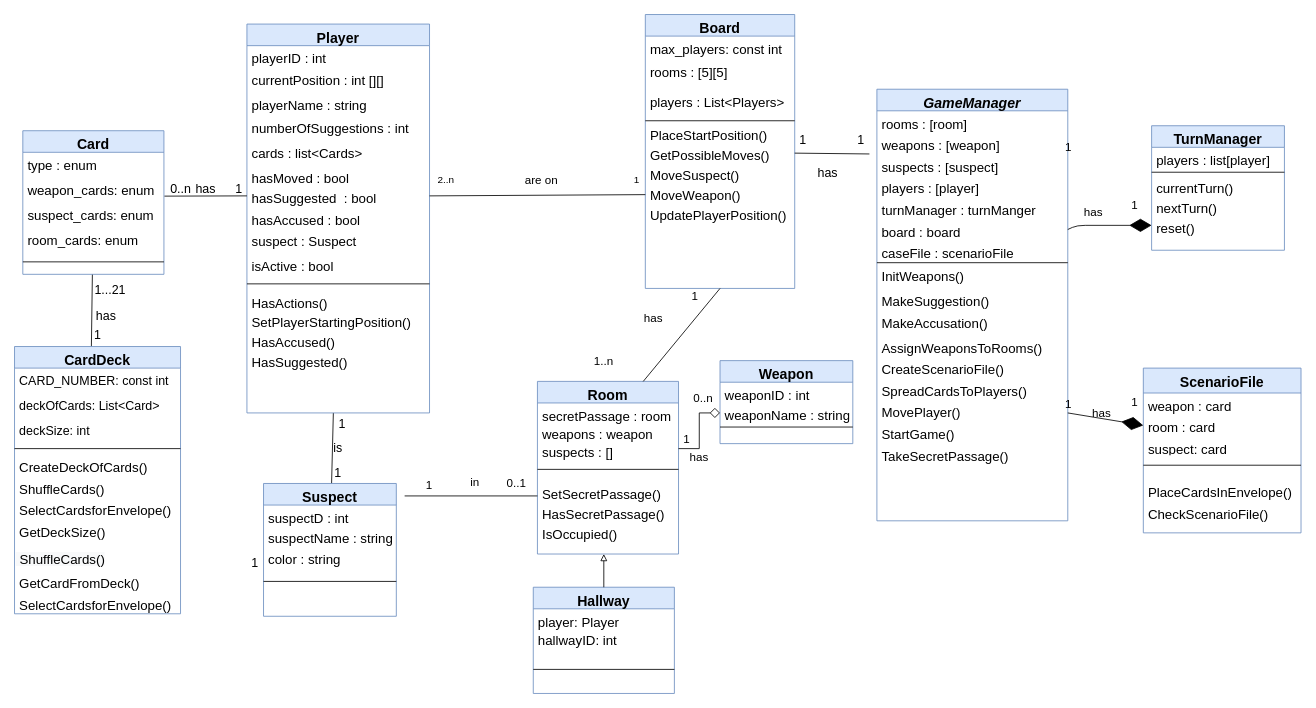
Above: uml-diagram.drawio in Acelhaka/Clueless-game (draw.io), before the change. Source tidied: cells renumbered, new cells numbered last; positions are measured from the earlier drawing's top-left corner, leaving out a move shared by most shapes. Both pictures are drawn from the tidied source at 83%, with x=0, y=0 at pixel (14, 14).
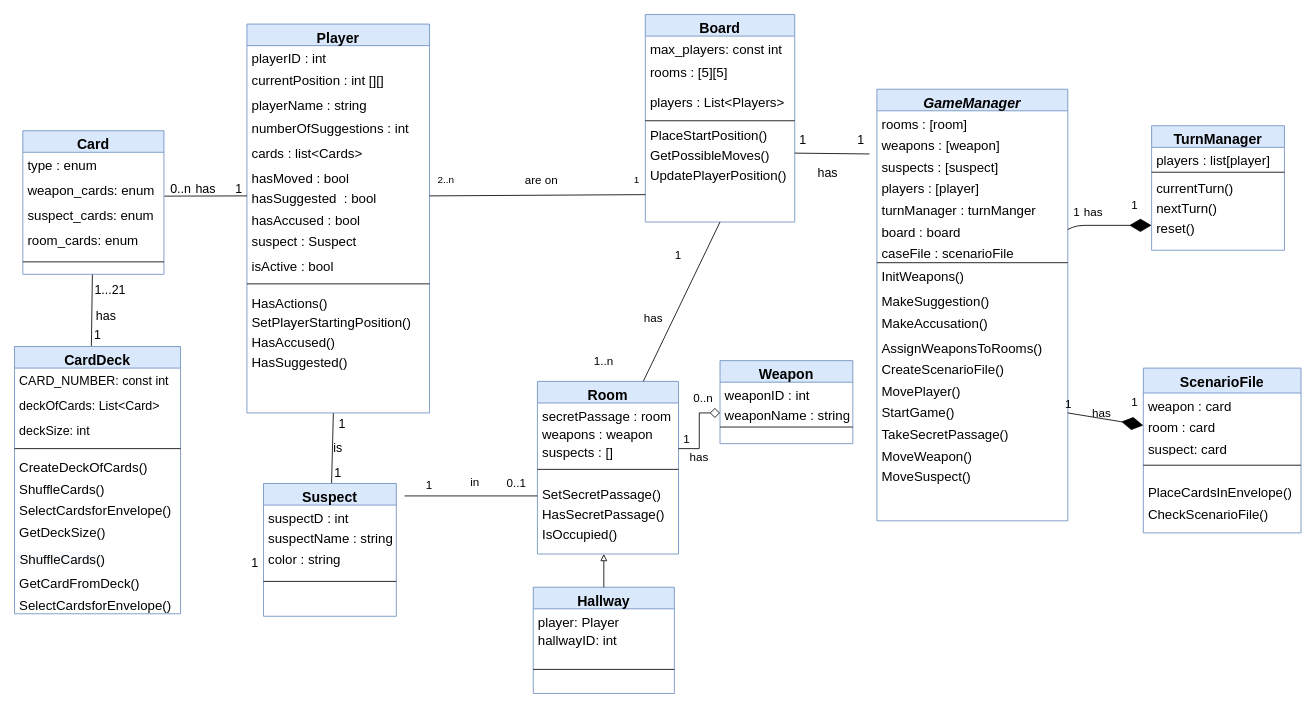
Above is the later version.

Unchanged cells that the change refers to:
```xml
<mxCell id="2" value="GameManager" style="swimlane;fontStyle=3;align=center;verticalAlign=top;horizontal=1;startSize=26;rounded=0;shadow=0;strokeWidth=1;fillColor=#dae8fc;strokeColor=#6c8ebf;fontSize=17;" parent="1" vertex="1">
  <mxGeometry x="1039" y="90" width="230" height="520" as="geometry" />
</mxCell>
```

What changed in the source:
```diff
@@
-    <mxCell id="16" value="SpreadCardsToPlayers()" style="text;align=left;verticalAlign=top;spacingLeft=4;spacingRight=4;overflow=hidden;fontSize=16;" parent="2" vertex="1">
-      <mxGeometry y="348" width="230" height="26" as="geometry" />
-    </mxCell>
     <mxCell id="17" value="MovePlayer()" style="text;align=left;verticalAlign=top;spacingLeft=4;spacingRight=4;overflow=hidden;fontSize=16;" parent="2" vertex="1">
-      <mxGeometry y="374" width="230" height="26" as="geometry" />
+      <mxGeometry y="348" width="230" height="26" as="geometry" />
     </mxCell>
     <mxCell id="18" value="StartGame()" style="text;align=left;verticalAlign=top;spacingLeft=4;spacingRight=4;overflow=hidden;fontSize=16;" parent="2" vertex="1">
-      <mxGeometry y="400" width="230" height="26" as="geometry" />
+      <mxGeometry y="374" width="230" height="26" as="geometry" />
     </mxCell>
     <mxCell id="19" value="TakeSecretPassage()" style="text;align=left;verticalAlign=top;spacingLeft=4;spacingRight=4;overflow=hidden;fontSize=16;" parent="2" vertex="1">
-      <mxGeometry y="426" width="230" height="26" as="geometry" />
+      <mxGeometry y="400" width="230" height="26" as="geometry" />
     </mxCell>
+    <mxCell id="28" value="MoveWeapon()" style="text;align=left;verticalAlign=top;spacingLeft=4;spacingRight=4;overflow=hidden;fontSize=16;" parent="2" vertex="1">
+      <mxGeometry y="426" width="230" height="24" as="geometry" />
+    </mxCell>
+    <mxCell id="27" value="MoveSuspect()" style="text;align=left;verticalAlign=top;spacingLeft=4;spacingRight=4;overflow=hidden;fontSize=16;" parent="2" vertex="1">
+      <mxGeometry y="450" width="230" height="24" as="geometry" />
+    </mxCell>
     <mxCell id="20" value="Board" style="swimlane;fontStyle=1;align=center;verticalAlign=top;horizontal=1;startSize=26;rounded=0;shadow=0;strokeWidth=1;swimlaneFillColor=none;fillColor=#dae8fc;strokeColor=#6c8ebf;fontSize=17;" parent="1" vertex="1">
-      <mxGeometry x="760" width="180" height="330" as="geometry" />
+      <mxGeometry x="760" width="180" height="250" as="geometry" />
     </mxCell>
@@
-    <mxCell id="27" value="MoveSuspect()" style="text;align=left;verticalAlign=top;spacingLeft=4;spacingRight=4;overflow=hidden;fontSize=16;" parent="20" vertex="1">
-      <mxGeometry y="178" width="180" height="24" as="geometry" />
-    </mxCell>
-    <mxCell id="28" value="MoveWeapon()" style="text;align=left;verticalAlign=top;spacingLeft=4;spacingRight=4;overflow=hidden;fontSize=16;" parent="20" vertex="1">
-      <mxGeometry y="202" width="180" height="24" as="geometry" />
-    </mxCell>
     <mxCell id="29" value="UpdatePlayerPosition()" style="text;align=left;verticalAlign=top;spacingLeft=4;spacingRight=4;overflow=hidden;fontSize=16;" parent="20" vertex="1">
-      <mxGeometry y="226" width="180" height="24" as="geometry" />
+      <mxGeometry y="178" width="180" height="24" as="geometry" />
     </mxCell>
@@
     <mxCell id="73" value="&lt;font style=&quot;font-size: 14px&quot;&gt;1&lt;/font&gt;" style="text;html=1;strokeColor=none;fillColor=none;align=center;verticalAlign=middle;whiteSpace=wrap;rounded=0;" parent="1" vertex="1">
-      <mxGeometry x="800" y="330" width="40" height="20" as="geometry" />
+      <mxGeometry x="780" y="280" width="40" height="20" as="geometry" />
     </mxCell>
@@
     <mxCell id="103" value="&lt;font style=&quot;font-size: 14px&quot;&gt;1&lt;/font&gt;" style="text;html=1;strokeColor=none;fillColor=none;align=center;verticalAlign=middle;whiteSpace=wrap;rounded=0;" parent="1" vertex="1">
-      <mxGeometry x="1250" y="150" width="40" height="20" as="geometry" />
+      <mxGeometry x="1260" y="228" width="40" height="20" as="geometry" />
     </mxCell>
```
